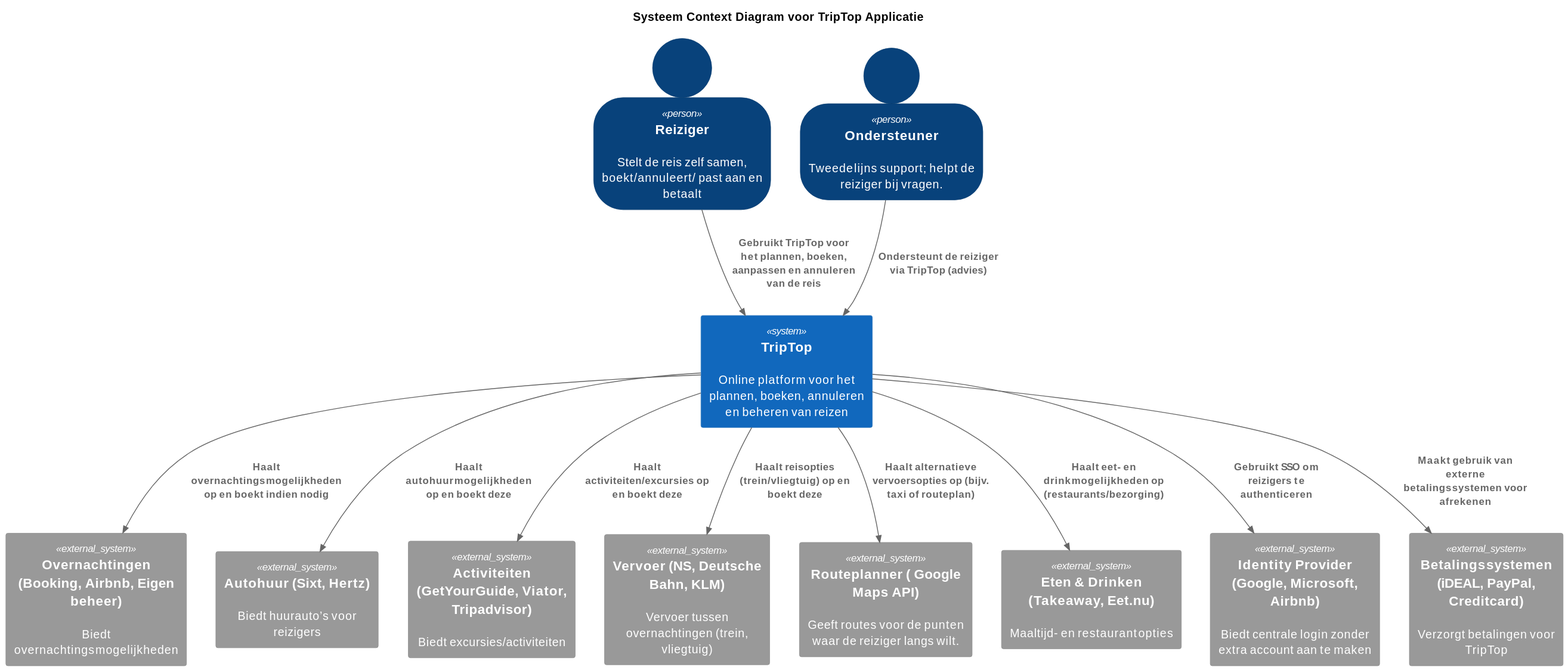
Earlier version of the PlantUML export software-guidebook/test.svg (AIM-ENE-feb25/triptop-asas).
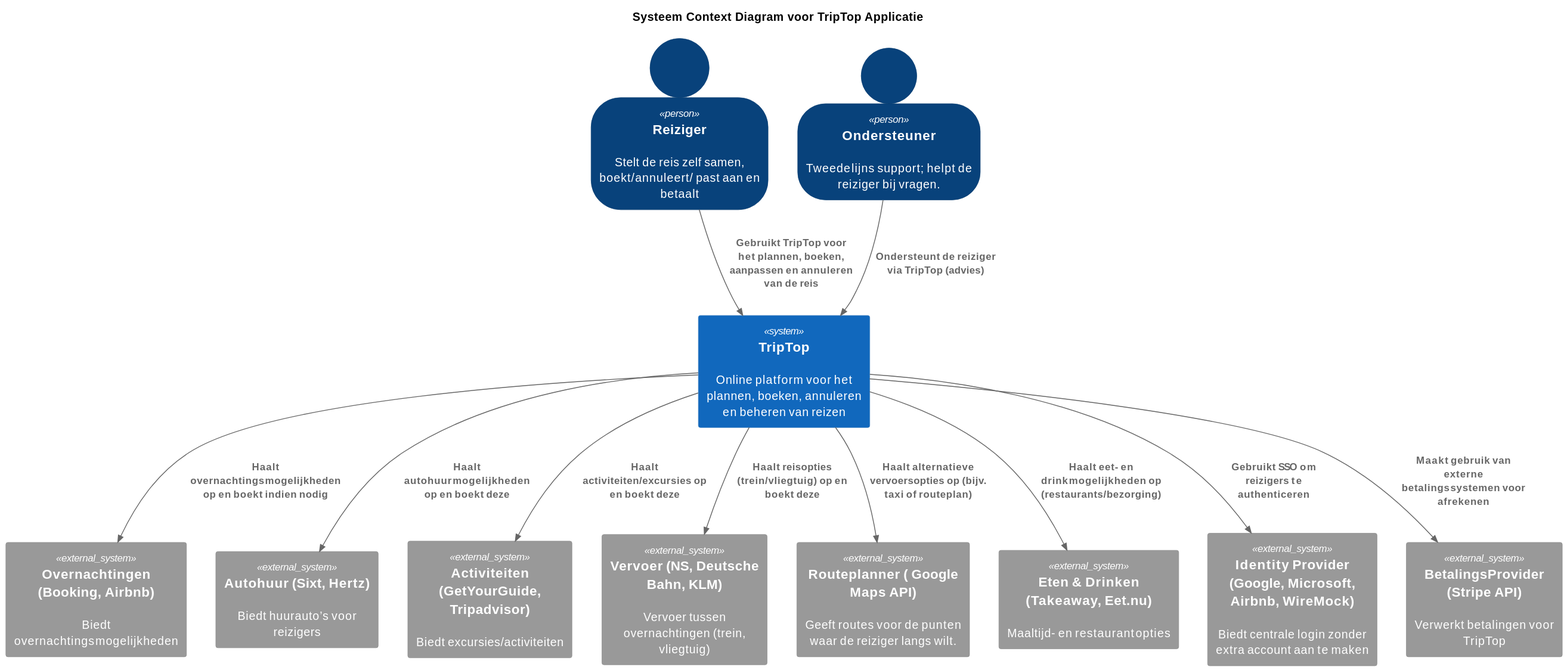
Above is the later version.

The edit, as a diff of the source:
```diff
@@ -7,15 +7,15 @@
 
 System(triptop, "TripTop", "Online platform voor het plannen, boeken, annuleren en beheren van reizen")
 
-System_Ext(overnachtingen, "Overnachtingen (Booking, Airbnb, Eigen beheer)", "Biedt overnachtings­mogelijkheden")
+System_Ext(overnachtingen, "Overnachtingen (Booking, Airbnb)", "Biedt overnachtings­mogelijkheden")
 System_Ext(autohuur, "Autohuur (Sixt, Hertz)", "Biedt huurauto’s voor reizigers")
-System_Ext(activiteiten, "Activiteiten (GetYourGuide, Viator, Tripadvisor)", "Biedt excursies/activiteiten")
+System_Ext(activiteiten, "Activiteiten (GetYourGuide, Tripadvisor)", "Biedt excursies/activiteiten")
 System_Ext(vervoer1, "Vervoer (NS, Deutsche Bahn, KLM)", "Vervoer tussen overnachtingen (trein, vliegtuig)")
 System_Ext(vervoer2, "Routeplanner ( Google Maps API)", "Geeft routes voor de punten waar de reiziger langs wilt.")
 System_Ext(eten, "Eten & Drinken (Takeaway, Eet.nu)", "Maaltijd- en restaurant­opties")
 
-System_Ext(identity, "Identity Provider (Google, Microsoft, Airbnb)", "Biedt centrale login zonder extra account aan te maken")
-System_Ext(payment, "Betalings­systemen (iDEAL, PayPal, Creditcard)", "Verzorgt betalingen voor TripTop")
+System_Ext(identity, "Identity Provider (Google, Microsoft, Airbnb, WireMock)", "Biedt centrale login zonder extra account aan te maken")
+System_Ext(payment, "BetalingsProvider (Stripe API)", "Verwerkt betalingen voor TripTop")
 
 Rel(reiziger, triptop, "Gebruikt TripTop voor het plannen, boeken, aanpassen en annuleren van de reis")
 Rel(ondersteuner, triptop, "Ondersteunt de reiziger via TripTop (advies)")
```
